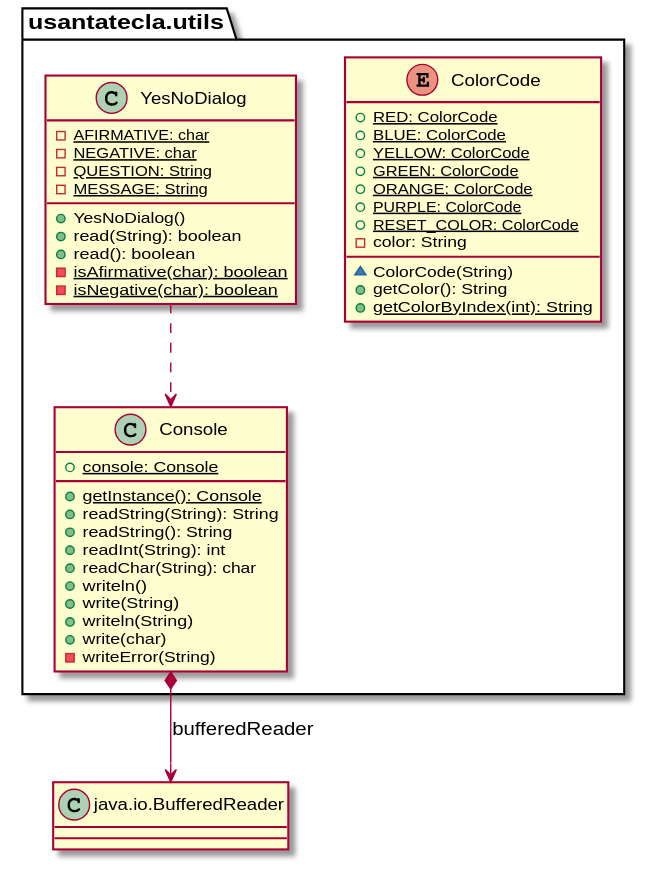
This is domainModel/docs/diagrams/out/paquetes/usantatecla.utils.svg from SantaTecla-mastermind/solution.java.swing.socket.sql, a PlantUML export, as it was before one commit.
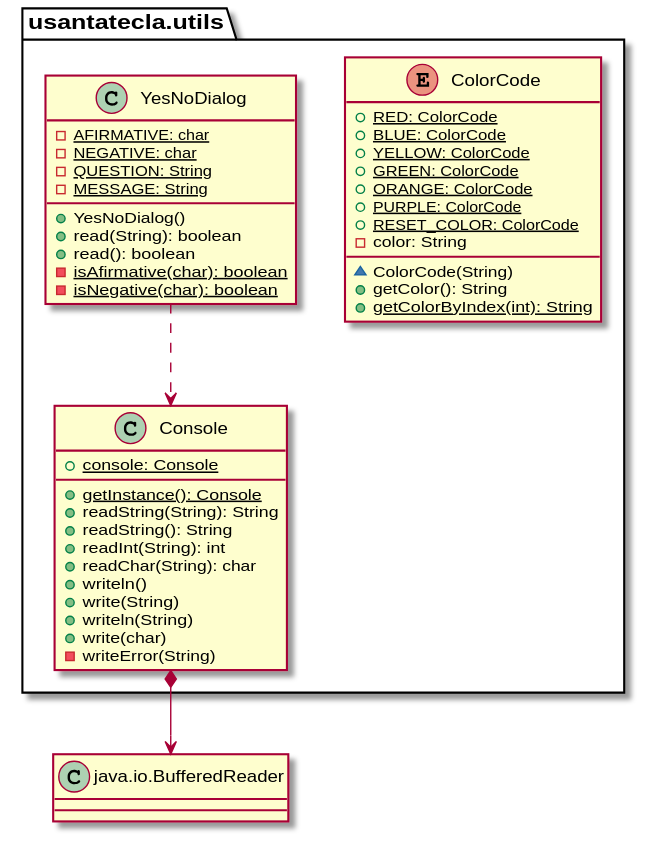
Later version of the same file.

Commit message:
DomainModel diagrams finished

Diff of the diagram source:
```diff
@@ -29,7 +29,7 @@
 
 class BufferedReader as "java.io.BufferedReader"
 
-usantatecla.utils.Console *-down-> BufferedReader : bufferedReader
+usantatecla.utils.Console *-down-> BufferedReader
 
 
 
```
